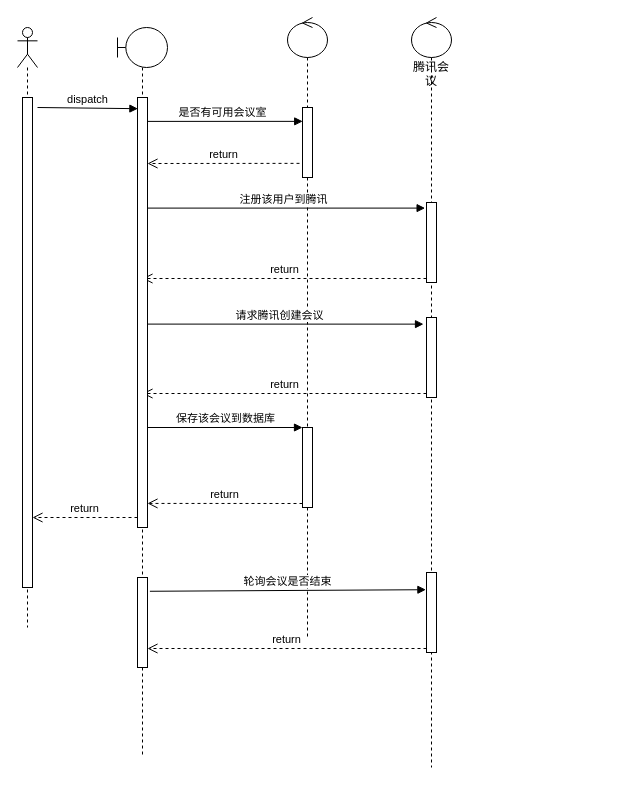
nullbull/uml keeps this draw.io diagram as video.drawio. Above is the earlier version. Source tidied: cells renumbered, new cells numbered last; positions are measured from the earlier drawing's top-left corner, leaving out a move shared by most shapes. Both pictures are drawn from the tidied source at 100%, with x=0, y=0 at pixel (17, 17).
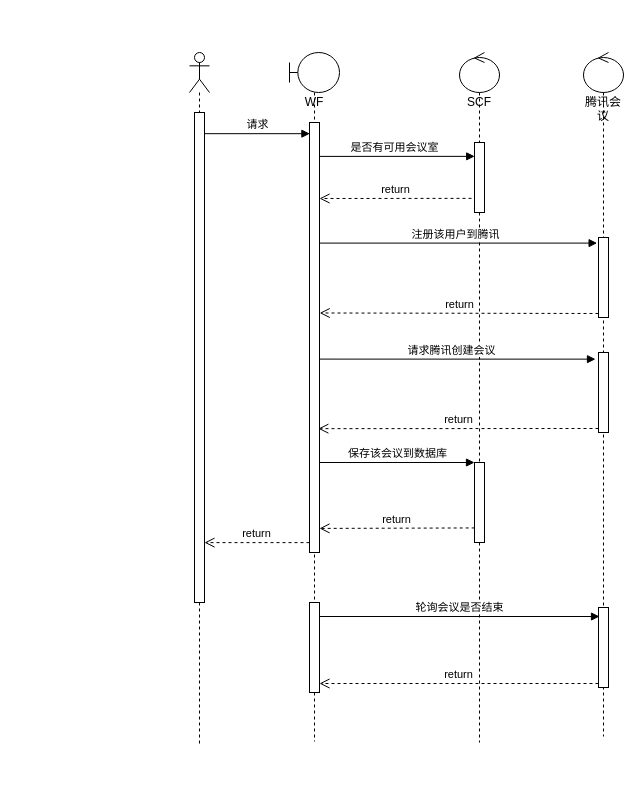
The same page after the edit.

Unchanged cells that the change refers to:
```xml
<mxCell id="3" style="html=1;points=[];perimeter=orthogonalPerimeter;" parent="2" vertex="1">
  <mxGeometry x="15" y="90" width="10" height="70" as="geometry" />
</mxCell>
<mxCell id="4" style="html=1;points=[];perimeter=orthogonalPerimeter;" parent="2" vertex="1">
  <mxGeometry x="15" y="410" width="10" height="80" as="geometry" />
</mxCell>
<mxCell id="8" style="html=1;points=[];perimeter=orthogonalPerimeter;" parent="7" vertex="1">
  <mxGeometry x="15" y="185" width="10" height="80" as="geometry" />
</mxCell>
<mxCell id="9" style="html=1;points=[];perimeter=orthogonalPerimeter;" parent="7" vertex="1">
  <mxGeometry x="15" y="300" width="10" height="80" as="geometry" />
</mxCell>
<mxCell id="10" style="html=1;points=[];perimeter=orthogonalPerimeter;" parent="7" vertex="1">
  <mxGeometry x="15" y="555" width="10" height="80" as="geometry" />
</mxCell>
<mxCell id="20" style="html=1;points=[];perimeter=orthogonalPerimeter;" parent="19" vertex="1">
  <mxGeometry x="20" y="70" width="10" height="430" as="geometry" />
</mxCell>
<mxCell id="21" style="html=1;points=[];perimeter=orthogonalPerimeter;" parent="19" vertex="1">
  <mxGeometry x="20" y="550" width="10" height="90" as="geometry" />
</mxCell>
```

Change to the diagram source:
```diff
@@
-    <mxCell id="2" style="shape=umlLifeline;participant=umlControl;perimeter=lifelinePerimeter;whiteSpace=wrap;html=1;verticalAlign=top;spacingTop=36;" parent="1" vertex="1">
-      <mxGeometry x="270" width="40" height="620" as="geometry" />
+    <mxCell id="2" value="SCF" style="shape=umlLifeline;participant=umlControl;perimeter=lifelinePerimeter;whiteSpace=wrap;html=1;verticalAlign=top;spacingTop=36;" parent="1" vertex="1">
+      <mxGeometry x="442" y="35" width="40" height="690" as="geometry" />
     </mxCell>
@@
     <mxCell id="5" value="是否有可用会议室" style="html=1;verticalAlign=bottom;endArrow=block;entryX=0.02;entryY=0.198;entryDx=0;entryDy=0;entryPerimeter=0;" parent="1" edge="1" target="3">
       <mxGeometry relative="1" as="geometry">
-        <mxPoint x="125" y="103.9" as="sourcePoint" />
+        <mxPoint x="297" y="138.9" as="sourcePoint" />
       </mxGeometry>
     </mxCell>
     <mxCell id="6" value="return" style="html=1;verticalAlign=bottom;endArrow=open;dashed=1;endSize=8;exitX=-0.3;exitY=0.798;exitDx=0;exitDy=0;exitPerimeter=0;" parent="1" edge="1" source="3">
       <mxGeometry relative="1" as="geometry">
-        <mxPoint x="130" y="146" as="targetPoint" />
+        <mxPoint x="302" y="181" as="targetPoint" />
       </mxGeometry>
     </mxCell>
     <mxCell id="7" value="腾讯会议" style="shape=umlLifeline;participant=umlControl;perimeter=lifelinePerimeter;whiteSpace=wrap;html=1;verticalAlign=top;spacingTop=36;" parent="1" vertex="1">
-      <mxGeometry x="394" width="40" height="750" as="geometry" />
+      <mxGeometry x="566" y="35" width="40" height="684" as="geometry" />
     </mxCell>
@@
     <mxCell id="11" value="注册该用户到腾讯" style="html=1;verticalAlign=bottom;endArrow=block;entryX=-0.14;entryY=0.07;entryDx=0;entryDy=0;entryPerimeter=0;" parent="1" edge="1" target="8">
       <mxGeometry relative="1" as="geometry">
-        <mxPoint x="125" y="190.6" as="sourcePoint" />
+        <mxPoint x="297" y="225.6" as="sourcePoint" />
       </mxGeometry>
     </mxCell>
-    <mxCell id="12" value="return" style="html=1;verticalAlign=bottom;endArrow=open;dashed=1;endSize=8;exitX=0;exitY=0.95;" parent="1" edge="1" source="8">
-      <mxGeometry relative="1" as="geometry">
-        <mxPoint x="125" y="261" as="targetPoint" />
-      </mxGeometry>
+    <mxCell id="12" value="return" style="html=1;verticalAlign=bottom;endArrow=open;dashed=1;endSize=8;exitX=0;exitY=0.95;entryX=1.02;entryY=0.443;entryDx=0;entryDy=0;entryPerimeter=0;" parent="1" edge="1" source="8" target="20">
+      <mxGeometry relative="1" as="geometry" />
     </mxCell>
     <mxCell id="13" value="请求腾讯创建会议" style="html=1;verticalAlign=bottom;endArrow=block;entryX=-0.3;entryY=0.083;entryDx=0;entryDy=0;entryPerimeter=0;" parent="1" edge="1" target="9">
       <mxGeometry relative="1" as="geometry">
-        <mxPoint x="119.5" y="306.6" as="sourcePoint" />
+        <mxPoint x="291.5" y="341.6" as="sourcePoint" />
       </mxGeometry>
     </mxCell>
-    <mxCell id="14" value="return" style="html=1;verticalAlign=bottom;endArrow=open;dashed=1;endSize=8;exitX=0;exitY=0.95;" parent="1" edge="1" source="9">
-      <mxGeometry relative="1" as="geometry">
-        <mxPoint x="125" y="376" as="targetPoint" />
-      </mxGeometry>
+    <mxCell id="14" value="return" style="html=1;verticalAlign=bottom;endArrow=open;dashed=1;endSize=8;exitX=0;exitY=0.95;entryX=0.883;entryY=0.712;entryDx=0;entryDy=0;entryPerimeter=0;" parent="1" edge="1" source="9" target="20">
+      <mxGeometry relative="1" as="geometry" />
     </mxCell>
     <mxCell id="15" value="保存该会议到数据库" style="html=1;verticalAlign=bottom;endArrow=block;entryX=0;entryY=0;" parent="1" edge="1" target="4">
       <mxGeometry relative="1" as="geometry">
-        <mxPoint x="130" y="410" as="sourcePoint" />
+        <mxPoint x="302" y="445" as="sourcePoint" />
       </mxGeometry>
     </mxCell>
-    <mxCell id="16" value="return" style="html=1;verticalAlign=bottom;endArrow=open;dashed=1;endSize=8;exitX=0;exitY=0.95;entryX=1;entryY=0.944;entryDx=0;entryDy=0;entryPerimeter=0;" parent="1" edge="1" source="4" target="20">
+    <mxCell id="16" value="return" style="html=1;verticalAlign=bottom;endArrow=open;dashed=1;endSize=8;exitX=0.02;exitY=0.818;entryX=1;entryY=0.944;entryDx=0;entryDy=0;entryPerimeter=0;exitDx=0;exitDy=0;exitPerimeter=0;" parent="1" edge="1" source="4" target="20">
       <mxGeometry relative="1" as="geometry" />
     </mxCell>
     <mxCell id="17" style="shape=umlLifeline;participant=umlActor;perimeter=lifelinePerimeter;whiteSpace=wrap;html=1;verticalAlign=top;spacingTop=36;" parent="1" vertex="1">
-      <mxGeometry y="10" width="20" height="600" as="geometry" />
+      <mxGeometry x="172" y="35" width="20" height="691" as="geometry" />
     </mxCell>
     <mxCell id="18" style="html=1;points=[];perimeter=orthogonalPerimeter;" parent="17" vertex="1">
-      <mxGeometry x="5" y="70" width="10" height="490" as="geometry" />
+      <mxGeometry x="5" y="60" width="10" height="490" as="geometry" />
     </mxCell>
-    <mxCell id="19" style="shape=umlLifeline;participant=umlBoundary;perimeter=lifelinePerimeter;whiteSpace=wrap;html=1;verticalAlign=top;spacingTop=36;" parent="1" vertex="1">
-      <mxGeometry x="100" y="10" width="50" height="730" as="geometry" />
+    <mxCell id="19" value="WF" style="shape=umlLifeline;participant=umlBoundary;perimeter=lifelinePerimeter;whiteSpace=wrap;html=1;verticalAlign=top;spacingTop=36;" parent="1" vertex="1">
+      <mxGeometry x="272" y="35" width="50" height="689" as="geometry" />
     </mxCell>
@@
-    <mxCell id="22" value="dispatch" style="html=1;verticalAlign=bottom;endArrow=block;entryX=0.04;entryY=0.026;entryDx=0;entryDy=0;entryPerimeter=0;" parent="1" edge="1" target="20">
-      <mxGeometry relative="1" as="geometry">
-        <mxPoint x="20" y="90" as="sourcePoint" />
-      </mxGeometry>
+    <mxCell id="22" value="请求" style="html=1;verticalAlign=bottom;endArrow=block;entryX=0.04;entryY=0.026;entryDx=0;entryDy=0;entryPerimeter=0;" parent="1" edge="1" source="18" target="20">
+      <mxGeometry relative="1" as="geometry" />
     </mxCell>
-    <mxCell id="23" value="return" style="html=1;verticalAlign=bottom;endArrow=open;dashed=1;endSize=8;" parent="1" edge="1" target="18">
-      <mxGeometry relative="1" as="geometry">
-        <mxPoint x="120" y="500" as="sourcePoint" />
-      </mxGeometry>
+    <mxCell id="23" value="return" style="html=1;verticalAlign=bottom;endArrow=open;dashed=1;endSize=8;exitX=0;exitY=0.977;exitDx=0;exitDy=0;exitPerimeter=0;" parent="1" edge="1" source="20" target="18">
+      <mxGeometry relative="1" as="geometry" />
     </mxCell>
     <mxCell id="24" value="return" style="html=1;verticalAlign=bottom;endArrow=open;dashed=1;endSize=8;exitX=0;exitY=0.95;" parent="1" edge="1" source="10">
       <mxGeometry relative="1" as="geometry">
-        <mxPoint x="130" y="631" as="targetPoint" />
+        <mxPoint x="302" y="666" as="targetPoint" />
       </mxGeometry>
     </mxCell>
-    <mxCell id="25" value="轮询会议是否结束" style="html=1;verticalAlign=bottom;endArrow=block;entryX=-0.06;entryY=0.215;exitX=1.24;exitY=0.153;exitDx=0;exitDy=0;exitPerimeter=0;entryDx=0;entryDy=0;entryPerimeter=0;" parent="1" edge="1" source="21" target="10">
-      <mxGeometry relative="1" as="geometry" />
+    <mxCell id="25" value="轮询会议是否结束" style="html=1;verticalAlign=bottom;endArrow=block;" parent="1" edge="1" source="21">
+      <mxGeometry relative="1" as="geometry">
+        <mxPoint x="582" y="599" as="targetPoint" />
+      </mxGeometry>
     </mxCell>
```
